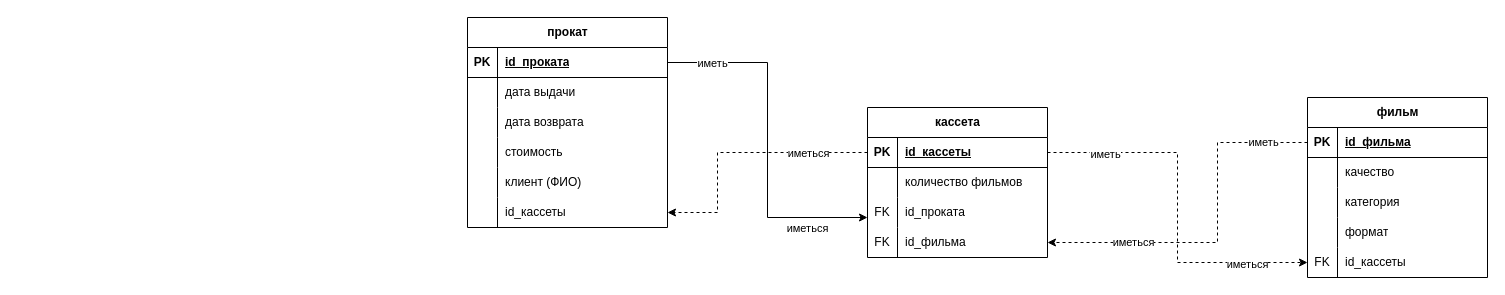
Above: БД-практика.drawio in Sxikkk/MDK_JS-2 (draw.io), before the change. Source tidied: cells renumbered, new cells numbered last; positions are measured from the earlier drawing's top-left corner, leaving out a move shared by most shapes. Both pictures are drawn from the tidied source at 100%, with x=0, y=0 at pixel (467, 17).
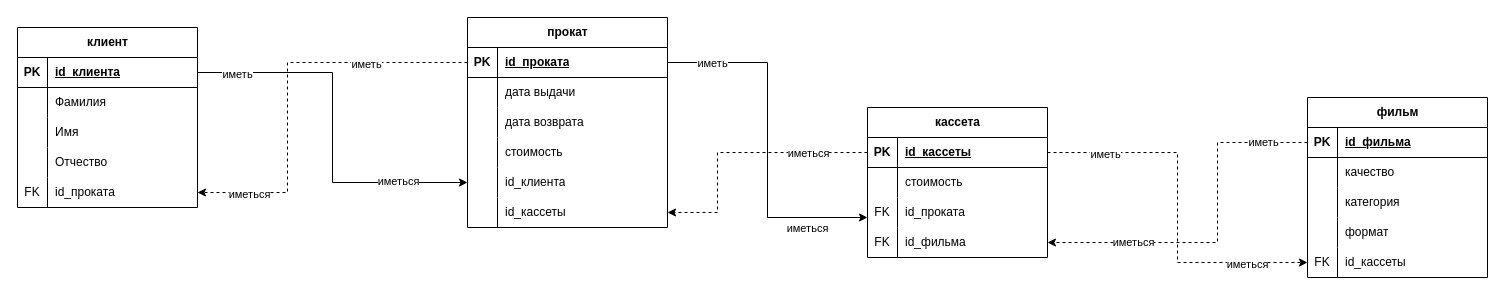
The same page after the edit.

The change refers to these unchanged cells:
```xml
<mxCell id="3" style="shape=tableRow;horizontal=0;startSize=0;swimlaneHead=0;swimlaneBody=0;fillColor=none;points=[[0,0.5],[1,0.5]];portConstraint=eastwest;top=0;left=0;right=0;bottom=1;" parent="2" vertex="1">
  <mxGeometry y="30" width="200" height="30" as="geometry" />
</mxCell>
<mxCell id="15" style="shape=tableRow;horizontal=0;startSize=0;swimlaneHead=0;swimlaneBody=0;fillColor=none;points=[[0,0.5],[1,0.5]];portConstraint=eastwest;top=0;left=0;right=0;bottom=0;" parent="2" vertex="1">
  <mxGeometry y="150" width="200" height="30" as="geometry" />
</mxCell>
<mxCell id="25" style="shape=tableRow;horizontal=0;startSize=0;swimlaneHead=0;swimlaneBody=0;fillColor=none;top=0;left=0;right=0;bottom=0;" parent="21" vertex="1">
  <mxGeometry y="60" width="180" height="30" as="geometry" />
</mxCell>
```

The edit, as a diff of the source:
```diff
@@
-    <mxCell id="17" value="клиент (ФИО)" style="shape=partialRectangle;fillColor=none;top=0;left=0;bottom=0;right=0;align=left;spacingLeft=6;overflow=hidden;whiteSpace=wrap;html=1;" parent="15" vertex="1">
+    <mxCell id="17" value="id_клиента" style="shape=partialRectangle;fillColor=none;top=0;left=0;bottom=0;right=0;align=left;spacingLeft=6;overflow=hidden;whiteSpace=wrap;html=1;" parent="15" vertex="1">
       <mxGeometry x="30" width="170" height="30" as="geometry" />
     </mxCell>
@@
-    <mxCell id="27" value="количество фильмов" style="shape=partialRectangle;fillColor=none;top=0;left=0;bottom=0;right=0;align=left;spacingLeft=6;overflow=hidden;whiteSpace=wrap;html=1;" parent="25" vertex="1">
+    <mxCell id="27" value="стоимость" style="shape=partialRectangle;fillColor=none;top=0;left=0;bottom=0;right=0;align=left;spacingLeft=6;overflow=hidden;whiteSpace=wrap;html=1;" parent="25" vertex="1">
       <mxGeometry x="30" width="150" height="30" as="geometry" />
     </mxCell>
@@
+    <mxCell id="61" value="клиент" style="shape=table;startSize=30;childLayout=tableLayout;rowLines=0;fontStyle=1;align=center;html=1;" parent="1" vertex="1">
+      <mxGeometry x="-450" y="10" width="180" height="180" as="geometry" />
+    </mxCell>
+    <mxCell id="62" style="shape=tableRow;horizontal=0;startSize=0;swimlaneHead=0;swimlaneBody=0;fillColor=none;points=[[0,0.5],[1,0.5]];portConstraint=eastwest;top=0;left=0;right=0;bottom=1;" parent="61" vertex="1">
+      <mxGeometry y="30" width="180" height="30" as="geometry" />
+    </mxCell>
+    <mxCell id="63" value="PK" style="shape=partialRectangle;fillColor=none;top=0;left=0;bottom=0;right=0;fontStyle=1;overflow=hidden;whiteSpace=wrap;html=1;" parent="62" vertex="1">
+      <mxGeometry width="30" height="30" as="geometry" />
+    </mxCell>
+    <mxCell id="64" value="id_клиента" style="shape=partialRectangle;fillColor=none;top=0;left=0;bottom=0;right=0;align=left;spacingLeft=6;fontStyle=5;overflow=hidden;whiteSpace=wrap;html=1;" parent="62" vertex="1">
+      <mxGeometry x="30" width="150" height="30" as="geometry" />
+    </mxCell>
+    <mxCell id="65" style="shape=tableRow;horizontal=0;startSize=0;swimlaneHead=0;swimlaneBody=0;fillColor=none;top=0;left=0;right=0;bottom=0;" parent="61" vertex="1">
+      <mxGeometry y="60" width="180" height="30" as="geometry" />
+    </mxCell>
+    <mxCell id="66" style="shape=partialRectangle;fillColor=none;top=0;left=0;bottom=0;right=0;overflow=hidden;whiteSpace=wrap;html=1;" parent="65" vertex="1">
+      <mxGeometry width="30" height="30" as="geometry" />
+    </mxCell>
+    <mxCell id="67" value="Фамилия" style="shape=partialRectangle;fillColor=none;top=0;left=0;bottom=0;right=0;align=left;spacingLeft=6;overflow=hidden;whiteSpace=wrap;html=1;" parent="65" vertex="1">
+      <mxGeometry x="30" width="150" height="30" as="geometry" />
+    </mxCell>
+    <mxCell id="68" style="shape=tableRow;horizontal=0;startSize=0;swimlaneHead=0;swimlaneBody=0;fillColor=none;top=0;left=0;right=0;bottom=0;" parent="61" vertex="1">
+      <mxGeometry y="90" width="180" height="30" as="geometry" />
+    </mxCell>
+    <mxCell id="69" style="shape=partialRectangle;fillColor=none;top=0;left=0;bottom=0;right=0;overflow=hidden;whiteSpace=wrap;html=1;" parent="68" vertex="1">
+      <mxGeometry width="30" height="30" as="geometry" />
+    </mxCell>
+    <mxCell id="70" value="Имя" style="shape=partialRectangle;fillColor=none;top=0;left=0;bottom=0;right=0;align=left;spacingLeft=6;overflow=hidden;whiteSpace=wrap;html=1;" parent="68" vertex="1">
+      <mxGeometry x="30" width="150" height="30" as="geometry" />
+    </mxCell>
+    <mxCell id="71" style="shape=tableRow;horizontal=0;startSize=0;swimlaneHead=0;swimlaneBody=0;fillColor=none;top=0;left=0;right=0;bottom=0;" parent="61" vertex="1">
+      <mxGeometry y="120" width="180" height="30" as="geometry" />
+    </mxCell>
+    <mxCell id="72" style="shape=partialRectangle;fillColor=none;top=0;left=0;bottom=0;right=0;overflow=hidden;whiteSpace=wrap;html=1;" parent="71" vertex="1">
+      <mxGeometry width="30" height="30" as="geometry" />
+    </mxCell>
+    <mxCell id="73" value="Отчество" style="shape=partialRectangle;fillColor=none;top=0;left=0;bottom=0;right=0;align=left;spacingLeft=6;overflow=hidden;whiteSpace=wrap;html=1;" parent="71" vertex="1">
+      <mxGeometry x="30" width="150" height="30" as="geometry" />
+    </mxCell>
+    <mxCell id="74" style="shape=tableRow;horizontal=0;startSize=0;swimlaneHead=0;swimlaneBody=0;fillColor=none;points=[[0,0.5],[1,0.5]];portConstraint=eastwest;top=0;left=0;right=0;bottom=0;" parent="61" vertex="1">
+      <mxGeometry y="150" width="180" height="30" as="geometry" />
+    </mxCell>
+    <mxCell id="75" value="FK" style="shape=partialRectangle;fillColor=none;top=0;left=0;bottom=0;right=0;overflow=hidden;whiteSpace=wrap;html=1;" parent="74" vertex="1">
+      <mxGeometry width="30" height="30" as="geometry" />
+    </mxCell>
+    <mxCell id="76" value="id_проката" style="shape=partialRectangle;fillColor=none;top=0;left=0;bottom=0;right=0;align=left;spacingLeft=6;overflow=hidden;whiteSpace=wrap;html=1;" parent="74" vertex="1">
+      <mxGeometry x="30" width="150" height="30" as="geometry" />
+    </mxCell>
+    <mxCell id="77" style="edgeStyle=orthogonalEdgeStyle;rounded=0;jettySize=auto;html=1;exitX=1;exitY=0.5;exitDx=0;exitDy=0;entryX=0;entryY=0.5;entryDx=0;entryDy=0;" parent="1" edge="1" source="62" target="15">
+      <mxGeometry relative="1" as="geometry" />
+    </mxCell>
+    <mxCell id="78" value="иметь" style="edgeLabel;html=1;align=center;verticalAlign=middle;" parent="77" vertex="1">
+      <mxGeometry x="-0.75" y="-1" relative="1" as="geometry">
+        <mxPoint x="-9" as="offset" />
+      </mxGeometry>
+    </mxCell>
+    <mxCell id="79" value="иметься" style="edgeLabel;html=1;align=center;verticalAlign=middle;" parent="77" vertex="1">
+      <mxGeometry x="0.63" y="2" relative="1" as="geometry" />
+    </mxCell>
+    <mxCell id="80" style="edgeStyle=orthogonalEdgeStyle;rounded=0;jettySize=auto;html=1;exitX=0;exitY=0.5;exitDx=0;exitDy=0;entryX=1;entryY=0.5;entryDx=0;entryDy=0;dashed=1;" parent="1" edge="1" source="3" target="74">
+      <mxGeometry relative="1" as="geometry">
+        <Array as="points">
+          <mxPoint x="-180" y="45" />
+          <mxPoint x="-180" y="175" />
+        </Array>
+      </mxGeometry>
+    </mxCell>
+    <mxCell id="81" value="иметь" style="edgeLabel;html=1;align=center;verticalAlign=middle;" parent="80" vertex="1">
+      <mxGeometry x="-0.49" y="1" relative="1" as="geometry" />
+    </mxCell>
+    <mxCell id="82" value="иметьс&lt;span style=&quot;background-color: light-dark(#ffffff, var(--ge-dark-color, #121212)); color: light-dark(rgb(0, 0, 0), rgb(255, 255, 255));&quot;&gt;я&lt;/span&gt;" style="edgeLabel;html=1;align=center;verticalAlign=middle;" parent="80" vertex="1">
+      <mxGeometry x="0.83" y="1" relative="1" as="geometry">
+        <mxPoint x="17" as="offset" />
+      </mxGeometry>
+    </mxCell>
```
